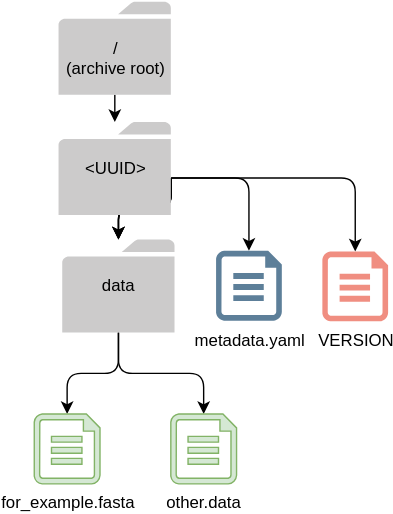
The draw.io diagram source/img/archive_versions/v0_archive_fmt.svg in qiime2/dev-docs, before a commit. Source tidied: cells renumbered, new cells last; positions are measured from the earlier drawing's top-left corner, leaving out a move shared by most shapes.
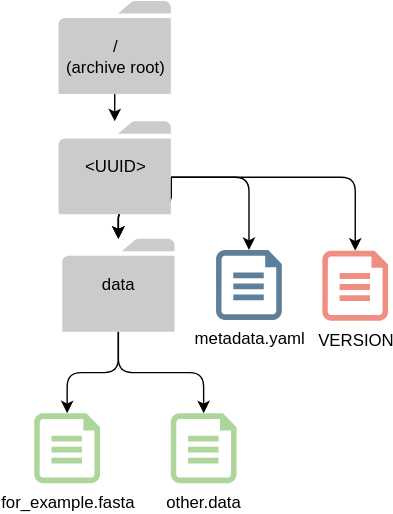
The same diagram one commit later.

What changed in the source:
```diff
@@ -51,10 +51,10 @@
     <mxCell id="14" value="&lt;div&gt;&amp;lt;UUID&amp;gt;&lt;/div&gt;" style="shadow=0;dashed=0;html=1;strokeColor=none;labelPosition=center;verticalLabelPosition=middle;verticalAlign=middle;outlineConnect=0;align=center;shape=mxgraph.office.concepts.folder;fillColor=#CCCBCB;rounded=1;" parent="1" vertex="1">
       <mxGeometry x="17.4" y="86.5" width="80.3" height="66.5" as="geometry" />
     </mxCell>
-    <mxCell id="15" value="&lt;div&gt;for_example.fasta&lt;/div&gt;" style="shadow=0;dashed=0;html=1;strokeColor=#82b366;labelPosition=center;verticalLabelPosition=bottom;verticalAlign=top;align=center;shape=mxgraph.azure.file;fillColor=#d5e8d4;rounded=1;" parent="1" vertex="1">
+    <mxCell id="15" value="&lt;div&gt;for_example.fasta&lt;/div&gt;" style="shadow=0;dashed=0;html=1;labelPosition=center;verticalLabelPosition=bottom;verticalAlign=top;align=center;shape=mxgraph.azure.file;rounded=1;strokeColor=none;fillColor=#AED69A;" parent="1" vertex="1">
       <mxGeometry y="295.2" width="47" height="50" as="geometry" />
     </mxCell>
-    <mxCell id="16" value="&lt;div&gt;other.data&lt;/div&gt;" style="shadow=0;dashed=0;html=1;strokeColor=#82b366;labelPosition=center;verticalLabelPosition=bottom;verticalAlign=top;align=center;shape=mxgraph.azure.file;fillColor=#d5e8d4;rounded=1;" parent="1" vertex="1">
+    <mxCell id="16" value="&lt;div&gt;other.data&lt;/div&gt;" style="shadow=0;dashed=0;html=1;labelPosition=center;verticalLabelPosition=bottom;verticalAlign=top;align=center;shape=mxgraph.azure.file;rounded=1;strokeColor=none;fillColor=#AED69A;" parent="1" vertex="1">
       <mxGeometry x="97.6" y="295.2" width="47" height="50" as="geometry" />
     </mxCell>
   </root>
```
